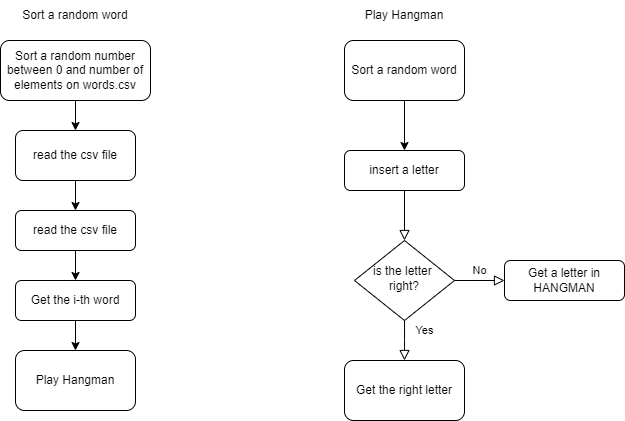
The draw.io diagram Day 7 - Hangman/Hangman_plan.drawio.png in antonio-pilan/Curso---100-Days-of-code, before a commit. Source tidied: cells renumbered, new cells last; positions are measured from the earlier drawing's top-left corner, leaving out a move shared by most shapes. Its diagram source:
```xml
<mxGraphModel>
  <root>
    <mxCell id="0" />
    <mxCell id="1" parent="0" />
    <mxCell id="2" style="rounded=0;html=1;jettySize=auto;fontSize=11;endArrow=block;endFill=0;endSize=8;strokeWidth=1;shadow=0;labelBackgroundColor=none;edgeStyle=orthogonalEdgeStyle;" parent="1" edge="1" source="3" target="6">
      <mxGeometry relative="1" as="geometry" />
    </mxCell>
    <mxCell id="3" value="insert a letter" style="rounded=1;whiteSpace=wrap;html=1;fontSize=12;glass=0;strokeWidth=1;shadow=0;" parent="1" vertex="1">
      <mxGeometry x="344" y="150" width="120" height="40" as="geometry" />
    </mxCell>
    <mxCell id="4" value="Yes" style="rounded=0;html=1;jettySize=auto;fontSize=11;endArrow=block;endFill=0;endSize=8;strokeWidth=1;shadow=0;labelBackgroundColor=none;edgeStyle=orthogonalEdgeStyle;" parent="1" edge="1" source="6">
      <mxGeometry x="-0.5" y="20" relative="1" as="geometry">
        <mxPoint x="404" y="360" as="targetPoint" />
      </mxGeometry>
    </mxCell>
    <mxCell id="5" value="No" style="edgeStyle=orthogonalEdgeStyle;rounded=0;html=1;jettySize=auto;fontSize=11;endArrow=block;endFill=0;endSize=8;strokeWidth=1;shadow=0;labelBackgroundColor=none;" parent="1" edge="1" source="6" target="7">
      <mxGeometry y="10" relative="1" as="geometry" />
    </mxCell>
    <mxCell id="6" value="is the letter&amp;nbsp;&lt;div&gt;right?&lt;/div&gt;" style="rhombus;whiteSpace=wrap;html=1;shadow=0;fontFamily=Helvetica;fontSize=12;align=center;strokeWidth=1;spacing=6;spacingTop=-4;" parent="1" vertex="1">
      <mxGeometry x="354" y="240" width="100" height="80" as="geometry" />
    </mxCell>
    <mxCell id="7" value="Get a letter in HANGMAN" style="rounded=1;whiteSpace=wrap;html=1;fontSize=12;glass=0;strokeWidth=1;shadow=0;" parent="1" vertex="1">
      <mxGeometry x="504" y="260" width="120" height="40" as="geometry" />
    </mxCell>
    <mxCell id="8" value="Get the right letter" style="rounded=1;whiteSpace=wrap;html=1;" parent="1" vertex="1">
      <mxGeometry x="344" y="360" width="120" height="60" as="geometry" />
    </mxCell>
    <mxCell id="9" style="edgeStyle=orthogonalEdgeStyle;rounded=0;jettySize=auto;html=1;exitX=0.5;exitY=1;exitDx=0;exitDy=0;" parent="1" edge="1" source="10" target="3">
      <mxGeometry relative="1" as="geometry" />
    </mxCell>
    <mxCell id="10" value="Sort a random word" style="rounded=1;whiteSpace=wrap;html=1;" parent="1" vertex="1">
      <mxGeometry x="344" y="40" width="120" height="60" as="geometry" />
    </mxCell>
    <mxCell id="11" value="Sort a random word" style="text;html=1;align=center;verticalAlign=middle;whiteSpace=wrap;rounded=0;" parent="1" vertex="1">
      <mxGeometry x="20" width="110" height="30" as="geometry" />
    </mxCell>
    <mxCell id="12" style="edgeStyle=orthogonalEdgeStyle;rounded=0;jettySize=auto;html=1;" parent="1" edge="1" source="13" target="15">
      <mxGeometry relative="1" as="geometry" />
    </mxCell>
    <mxCell id="13" value="Sort a random number&lt;div&gt;between 0 and number of elements on words.csv&lt;/div&gt;" style="rounded=1;whiteSpace=wrap;html=1;" parent="1" vertex="1">
      <mxGeometry y="40" width="150" height="60" as="geometry" />
    </mxCell>
    <mxCell id="14" style="edgeStyle=orthogonalEdgeStyle;rounded=0;jettySize=auto;html=1;entryX=0.5;entryY=0;entryDx=0;entryDy=0;" parent="1" edge="1" source="15" target="17">
      <mxGeometry relative="1" as="geometry" />
    </mxCell>
    <mxCell id="15" value="read the csv file" style="rounded=1;whiteSpace=wrap;html=1;" parent="1" vertex="1">
      <mxGeometry x="15" y="130" width="120" height="50" as="geometry" />
    </mxCell>
    <mxCell id="16" style="edgeStyle=orthogonalEdgeStyle;rounded=0;jettySize=auto;html=1;entryX=0.5;entryY=0;entryDx=0;entryDy=0;" parent="1" edge="1" source="17" target="19">
      <mxGeometry relative="1" as="geometry" />
    </mxCell>
    <mxCell id="17" value="read the csv file" style="rounded=1;whiteSpace=wrap;html=1;" parent="1" vertex="1">
      <mxGeometry x="15" y="210" width="120" height="40" as="geometry" />
    </mxCell>
    <mxCell id="18" style="edgeStyle=orthogonalEdgeStyle;rounded=0;jettySize=auto;html=1;" parent="1" edge="1" source="19" target="20">
      <mxGeometry relative="1" as="geometry" />
    </mxCell>
    <mxCell id="19" value="Get the i-th word" style="rounded=1;whiteSpace=wrap;html=1;" parent="1" vertex="1">
      <mxGeometry x="15" y="280" width="120" height="40" as="geometry" />
    </mxCell>
    <mxCell id="20" value="Play Hangman" style="whiteSpace=wrap;html=1;rounded=1;" parent="1" vertex="1">
      <mxGeometry x="15" y="350" width="120" height="60" as="geometry" />
    </mxCell>
    <mxCell id="21" value="Play Hangman" style="text;html=1;align=center;verticalAlign=middle;whiteSpace=wrap;rounded=0;" parent="1" vertex="1">
      <mxGeometry x="349" width="110" height="30" as="geometry" />
    </mxCell>
  </root>
</mxGraphModel>
```
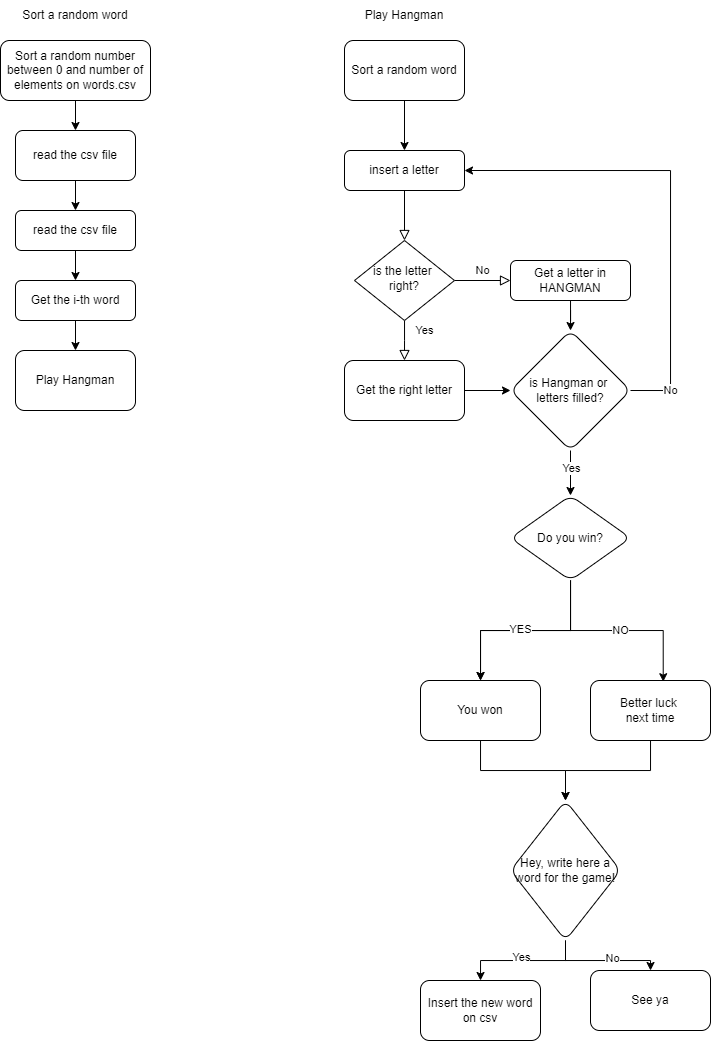
The same diagram one commit later.

What changed in the source:
```diff
@@ -9,7 +9,7 @@
       <mxGeometry x="344" y="150" width="120" height="40" as="geometry" />
     </mxCell>
     <mxCell id="4" value="Yes" style="rounded=0;html=1;jettySize=auto;fontSize=11;endArrow=block;endFill=0;endSize=8;strokeWidth=1;shadow=0;labelBackgroundColor=none;edgeStyle=orthogonalEdgeStyle;" parent="1" edge="1" source="6">
-      <mxGeometry x="-0.5" y="20" relative="1" as="geometry">
+      <mxGeometry x="-0.49" y="20" relative="1" as="geometry">
         <mxPoint x="404" y="360" as="targetPoint" />
       </mxGeometry>
     </mxCell>
@@ -19,9 +19,28 @@
     <mxCell id="6" value="is the letter&amp;nbsp;&lt;div&gt;right?&lt;/div&gt;" style="rhombus;whiteSpace=wrap;html=1;shadow=0;fontFamily=Helvetica;fontSize=12;align=center;strokeWidth=1;spacing=6;spacingTop=-4;" parent="1" vertex="1">
       <mxGeometry x="354" y="240" width="100" height="80" as="geometry" />
     </mxCell>
+    <mxCell id="22" style="edgeStyle=orthogonalEdgeStyle;rounded=0;jettySize=auto;html=1;" parent="1" edge="1" source="7" target="28">
+      <mxGeometry relative="1" as="geometry" />
+    </mxCell>
     <mxCell id="7" value="Get a letter in HANGMAN" style="rounded=1;whiteSpace=wrap;html=1;fontSize=12;glass=0;strokeWidth=1;shadow=0;" parent="1" vertex="1">
-      <mxGeometry x="504" y="260" width="120" height="40" as="geometry" />
+      <mxGeometry x="510" y="260" width="120" height="40" as="geometry" />
     </mxCell>
+    <mxCell id="23" style="edgeStyle=orthogonalEdgeStyle;rounded=0;jettySize=auto;html=1;exitX=1;exitY=0.5;exitDx=0;exitDy=0;entryX=1;entryY=0.5;entryDx=0;entryDy=0;" parent="1" edge="1" source="28" target="3">
+      <mxGeometry relative="1" as="geometry">
+        <Array as="points">
+          <mxPoint x="670" y="390" />
+          <mxPoint x="670" y="170" />
+        </Array>
+      </mxGeometry>
+    </mxCell>
+    <mxCell id="24" value="No" style="edgeLabel;html=1;align=center;verticalAlign=middle;" parent="23" vertex="1">
+      <mxGeometry x="0.02" relative="1" as="geometry">
+        <mxPoint y="197" as="offset" />
+      </mxGeometry>
+    </mxCell>
+    <mxCell id="25" style="edgeStyle=orthogonalEdgeStyle;rounded=0;jettySize=auto;html=1;exitX=1;exitY=0.5;exitDx=0;exitDy=0;entryX=0;entryY=0.5;entryDx=0;entryDy=0;" parent="1" edge="1" source="8" target="28">
+      <mxGeometry relative="1" as="geometry" />
+    </mxCell>
     <mxCell id="8" value="Get the right letter" style="rounded=1;whiteSpace=wrap;html=1;" parent="1" vertex="1">
       <mxGeometry x="344" y="360" width="120" height="60" as="geometry" />
     </mxCell>
@@ -64,5 +83,70 @@
     <mxCell id="21" value="Play Hangman" style="text;html=1;align=center;verticalAlign=middle;whiteSpace=wrap;rounded=0;" parent="1" vertex="1">
       <mxGeometry x="349" width="110" height="30" as="geometry" />
     </mxCell>
+    <mxCell id="26" style="edgeStyle=orthogonalEdgeStyle;rounded=0;jettySize=auto;html=1;" parent="1" edge="1" source="28" target="32">
+      <mxGeometry relative="1" as="geometry" />
+    </mxCell>
+    <mxCell id="27" value="Yes" style="edgeLabel;html=1;align=center;verticalAlign=middle;" parent="26" vertex="1">
+      <mxGeometry x="-0.22" y="1" relative="1" as="geometry" />
+    </mxCell>
+    <mxCell id="28" value="is Hangman or&amp;nbsp;&lt;div&gt;letters filled?&lt;/div&gt;" style="whiteSpace=wrap;html=1;rounded=1;shape=rhombus;perimeter=rhombusPerimeter;" parent="1" vertex="1">
+      <mxGeometry x="510" y="330" width="120" height="120" as="geometry" />
+    </mxCell>
+    <mxCell id="29" style="edgeStyle=orthogonalEdgeStyle;rounded=0;jettySize=auto;html=1;" parent="1" edge="1" source="32" target="34">
+      <mxGeometry relative="1" as="geometry" />
+    </mxCell>
+    <mxCell id="30" style="edgeStyle=orthogonalEdgeStyle;rounded=0;jettySize=auto;html=1;" parent="1" edge="1" source="32" target="34">
+      <mxGeometry relative="1" as="geometry" />
+    </mxCell>
+    <mxCell id="31" value="YES" style="edgeLabel;html=1;align=center;verticalAlign=middle;" parent="30" vertex="1">
+      <mxGeometry x="0.06" y="-1" relative="1" as="geometry" />
+    </mxCell>
+    <mxCell id="32" value="Do you win?" style="whiteSpace=wrap;html=1;rounded=1;shape=rhombus;perimeter=rhombusPerimeter;" parent="1" vertex="1">
+      <mxGeometry x="510" y="495" width="120" height="85" as="geometry" />
+    </mxCell>
+    <mxCell id="33" style="edgeStyle=orthogonalEdgeStyle;rounded=0;jettySize=auto;html=1;" parent="1" edge="1" source="34" target="43">
+      <mxGeometry relative="1" as="geometry" />
+    </mxCell>
+    <mxCell id="34" value="You won" style="whiteSpace=wrap;html=1;rounded=1;" parent="1" vertex="1">
+      <mxGeometry x="420" y="680" width="120" height="60" as="geometry" />
+    </mxCell>
+    <mxCell id="35" style="edgeStyle=orthogonalEdgeStyle;rounded=0;jettySize=auto;html=1;" parent="1" edge="1" source="36" target="43">
+      <mxGeometry relative="1" as="geometry" />
+    </mxCell>
+    <mxCell id="36" value="Better luck&amp;nbsp;&lt;div&gt;next time&lt;/div&gt;" style="rounded=1;whiteSpace=wrap;html=1;" parent="1" vertex="1">
+      <mxGeometry x="590" y="680" width="120" height="60" as="geometry" />
+    </mxCell>
+    <mxCell id="37" style="edgeStyle=orthogonalEdgeStyle;rounded=0;jettySize=auto;html=1;entryX=0.606;entryY=0.02;entryDx=0;entryDy=0;entryPerimeter=0;" parent="1" edge="1" source="32" target="36">
+      <mxGeometry relative="1" as="geometry" />
+    </mxCell>
+    <mxCell id="38" value="NO" style="edgeLabel;html=1;align=center;verticalAlign=middle;" parent="37" vertex="1">
+      <mxGeometry x="0.03" relative="1" as="geometry" />
+    </mxCell>
+    <mxCell id="39" style="edgeStyle=orthogonalEdgeStyle;rounded=0;jettySize=auto;html=1;" parent="1" edge="1" source="43" target="44">
+      <mxGeometry relative="1" as="geometry" />
+    </mxCell>
+    <mxCell id="40" value="Yes" style="edgeLabel;html=1;align=center;verticalAlign=middle;" parent="39" vertex="1">
+      <mxGeometry x="0.03" y="-3" relative="1" as="geometry" />
+    </mxCell>
+    <mxCell id="41" style="edgeStyle=orthogonalEdgeStyle;rounded=0;jettySize=auto;html=1;" parent="1" edge="1" source="43" target="45">
+      <mxGeometry relative="1" as="geometry">
+        <Array as="points">
+          <mxPoint x="565" y="960" />
+          <mxPoint x="650" y="960" />
+        </Array>
+      </mxGeometry>
+    </mxCell>
+    <mxCell id="42" value="No" style="edgeLabel;html=1;align=center;verticalAlign=middle;" parent="41" vertex="1">
+      <mxGeometry x="0.17" y="2" relative="1" as="geometry" />
+    </mxCell>
+    <mxCell id="43" value="Hey, write here a word for the game!" style="whiteSpace=wrap;html=1;rounded=1;shape=rhombus;perimeter=rhombusPerimeter;" parent="1" vertex="1">
+      <mxGeometry x="510" y="800" width="110" height="140" as="geometry" />
+    </mxCell>
+    <mxCell id="44" value="Insert the new word on csv" style="whiteSpace=wrap;html=1;rounded=1;" parent="1" vertex="1">
+      <mxGeometry x="420" y="980" width="120" height="60" as="geometry" />
+    </mxCell>
+    <mxCell id="45" value="See ya" style="rounded=1;whiteSpace=wrap;html=1;" parent="1" vertex="1">
+      <mxGeometry x="590" y="970" width="120" height="60" as="geometry" />
+    </mxCell>
   </root>
 </mxGraphModel>
```
